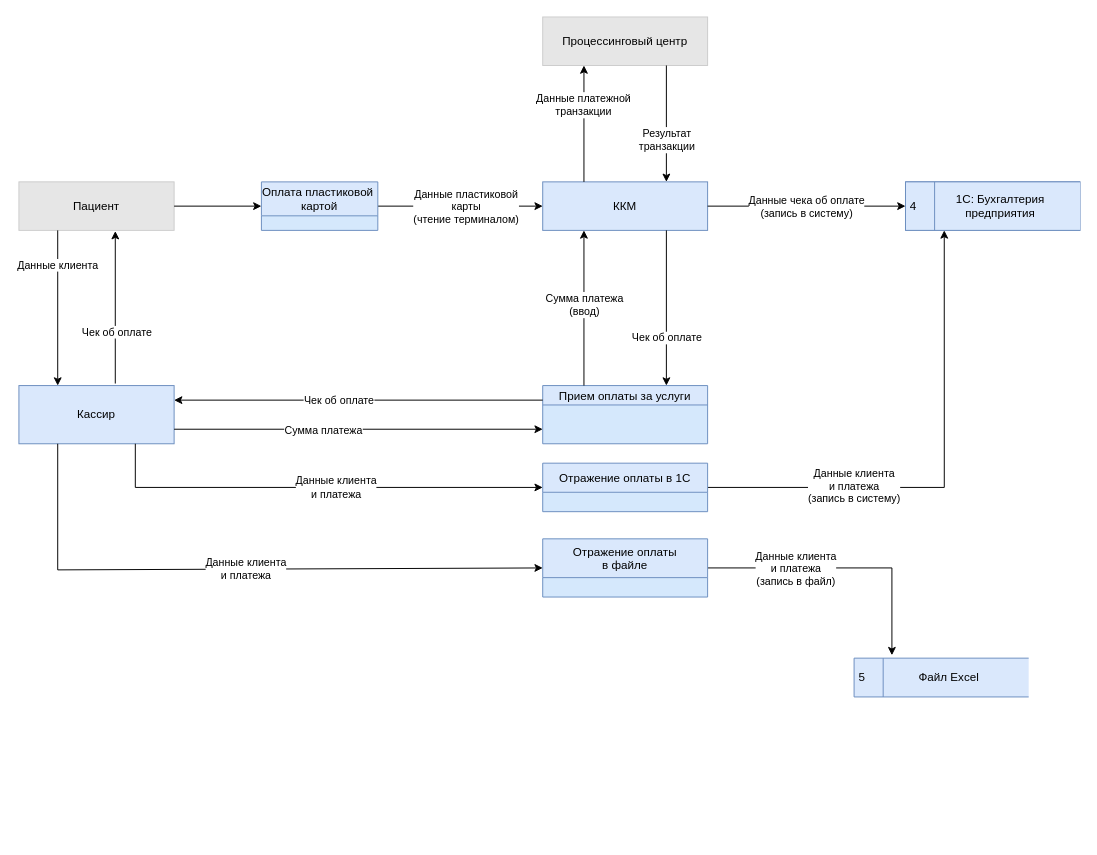
The draw.io diagram page "Оплата услуг пациентом" (3 of 9) of Task1/Diagrams.drawio in vir37/architecture-medikamente, before the edit. Source tidied: cells renumbered, new cells numbered last; positions are measured from the earlier drawing's top-left corner, leaving out a move shared by most shapes. Both pictures are drawn from the tidied source at 97%, with x=0, y=0 at pixel (18, 16).
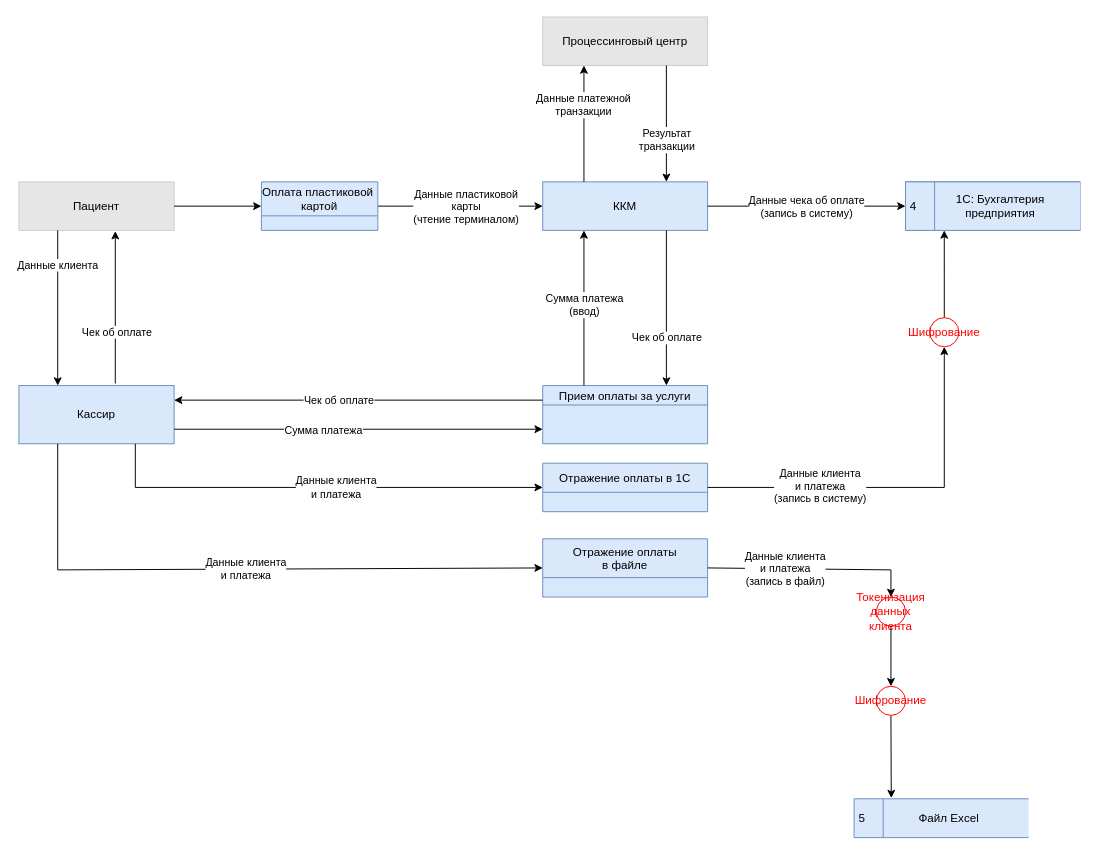
After the change.

Unchanged cells that the change refers to:
```xml
<mxCell id="14" value="4" style="html=1;dashed=0;whiteSpace=wrap;shape=mxgraph.dfd.dataStoreID;align=left;spacingLeft=3;points=[[0,0],[0.5,0],[1,0],[0,0.5],[1,0.5],[0,1],[0.5,1],[1,1]];fillColor=#dae8fc;strokeColor=#6c8ebf;" parent="13" vertex="1">
  <mxGeometry width="180" height="50" as="geometry" />
</mxCell>
<mxCell id="30" value="5" style="html=1;dashed=0;whiteSpace=wrap;shape=mxgraph.dfd.dataStoreID;align=left;spacingLeft=3;points=[[0,0],[0.5,0],[1,0],[0,0.5],[1,0.5],[0,1],[0.5,1],[1,1]];fillColor=#dae8fc;strokeColor=#6c8ebf;" parent="29" vertex="1">
  <mxGeometry width="180" height="40" as="geometry" />
</mxCell>
<mxCell id="37" value="Отражение оплаты&#10;в файле" style="swimlane;fontStyle=0;horizontal=1;startSize=40;fillColor=#dae8fc;swimlaneFillColor=#D5E8FC;strokeColor=#6c8ebf;" parent="1" vertex="1">
  <mxGeometry x="540" y="538" width="170" height="60" as="geometry" />
</mxCell>
<mxCell id="40" value="Отражение оплаты в 1С" style="swimlane;fontStyle=0;horizontal=1;startSize=30;fillColor=#dae8fc;swimlaneFillColor=#D5E8FC;strokeColor=#6c8ebf;" parent="1" vertex="1">
  <mxGeometry x="540" y="460" width="170" height="50" as="geometry" />
</mxCell>
```

Diff of the diagram source:
```diff
@@
-    <mxCell id="25" style="endArrow=classic;html=1;rounded=0;exitX=1;exitY=0.5;exitDx=0;exitDy=0;entryX=0.222;entryY=1;entryDx=0;entryDy=0;entryPerimeter=0;" parent="1" edge="1" source="40" target="14">
+    <mxCell id="25" style="endArrow=classic;html=1;rounded=0;exitX=0.5;exitY=0;exitDx=0;exitDy=0;entryX=0.222;entryY=1;entryDx=0;entryDy=0;entryPerimeter=0;" parent="1" edge="1" source="50" target="14">
       <mxGeometry relative="1" as="geometry">
         <Array as="points">
-          <mxPoint x="954" y="485" />
+          <mxPoint x="954" y="270" />
         </Array>
       </mxGeometry>
     </mxCell>
-    <mxCell id="26" value="Данные клиента&lt;br&gt;и платежа&lt;div&gt;(запись в систему)&lt;/div&gt;" style="edgeLabel;html=1;align=center;verticalAlign=middle;" parent="25" vertex="1">
-      <mxGeometry x="-0.41" y="2" relative="1" as="geometry" />
-    </mxCell>
@@
     <mxCell id="29" style="group;" parent="1" vertex="1">
-      <mxGeometry x="861" y="661" width="180" height="40" as="geometry" />
+      <mxGeometry x="861" y="806" width="180" height="40" as="geometry" />
     </mxCell>
@@
-    <mxCell id="32" style="endArrow=classic;html=1;rounded=0;exitX=1;exitY=0.5;exitDx=0;exitDy=0;" parent="1" edge="1" source="37">
-      <mxGeometry relative="1" as="geometry">
-        <mxPoint x="900" y="658" as="targetPoint" />
-        <Array as="points">
-          <mxPoint x="900" y="568" />
-        </Array>
-      </mxGeometry>
+    <mxCell id="32" style="endArrow=classic;html=1;rounded=0;exitX=0.5;exitY=1;exitDx=0;exitDy=0;entryX=0.213;entryY=-0.018;entryDx=0;entryDy=0;entryPerimeter=0;" parent="1" edge="1" source="48" target="30">
+      <mxGeometry relative="1" as="geometry" />
     </mxCell>
-    <mxCell id="33" value="Данные клиента&lt;div&gt;и платежа&lt;/div&gt;&lt;div&gt;(запись в файл)&lt;/div&gt;" style="edgeLabel;html=1;align=center;verticalAlign=middle;" parent="32" vertex="1">
-      <mxGeometry x="-0.16" relative="1" as="geometry">
-        <mxPoint x="-28" as="offset" />
-      </mxGeometry>
-    </mxCell>
@@
+    <mxCell id="45" style="endArrow=classic;html=1;rounded=0;exitX=1;exitY=0.5;exitDx=0;exitDy=0;entryX=0.5;entryY=0;entryDx=0;entryDy=0;" parent="1" edge="1" source="37" target="46">
+      <mxGeometry relative="1" as="geometry">
+        <Array as="points">
+          <mxPoint x="899" y="570" />
+        </Array>
+      </mxGeometry>
+    </mxCell>
+    <mxCell id="33" value="Данные клиента&lt;div&gt;и платежа&lt;/div&gt;&lt;div&gt;(запись в файл)&lt;/div&gt;" style="edgeLabel;html=1;align=center;verticalAlign=middle;" parent="45" vertex="1">
+      <mxGeometry x="-0.16" relative="1" as="geometry">
+        <mxPoint x="-11" as="offset" />
+      </mxGeometry>
+    </mxCell>
+    <mxCell id="46" value="Токенизация данных клиента" style="shape=ellipse;html=1;dashed=0;whiteSpace=wrap;perimeter=ellipsePerimeter;strokeColor=#FF0000;fontColor=#FF0000;" parent="1" vertex="1">
+      <mxGeometry x="884" y="598" width="30" height="30" as="geometry" />
+    </mxCell>
+    <mxCell id="47" style="endArrow=classic;html=1;rounded=0;exitX=0.5;exitY=1;exitDx=0;exitDy=0;entryX=0.5;entryY=0;entryDx=0;entryDy=0;" parent="1" edge="1" source="46" target="48">
+      <mxGeometry relative="1" as="geometry" />
+    </mxCell>
+    <mxCell id="48" value="Шифрование" style="shape=ellipse;html=1;dashed=0;whiteSpace=wrap;perimeter=ellipsePerimeter;strokeColor=#FF0000;fontColor=#FF0000;" parent="1" vertex="1">
+      <mxGeometry x="884" y="690" width="30" height="30" as="geometry" />
+    </mxCell>
+    <mxCell id="49" style="endArrow=classic;html=1;rounded=0;exitX=1;exitY=0.5;exitDx=0;exitDy=0;entryX=0.5;entryY=1;entryDx=0;entryDy=0;" parent="1" edge="1" source="40" target="50">
+      <mxGeometry relative="1" as="geometry">
+        <Array as="points">
+          <mxPoint x="954" y="485" />
+        </Array>
+      </mxGeometry>
+    </mxCell>
+    <mxCell id="26" value="Данные клиента&lt;br&gt;и платежа&lt;div&gt;(запись в систему)&lt;/div&gt;" style="edgeLabel;html=1;align=center;verticalAlign=middle;" parent="49" vertex="1">
+      <mxGeometry x="-0.41" y="2" relative="1" as="geometry" />
+    </mxCell>
+    <mxCell id="50" value="Шифрование" style="shape=ellipse;html=1;dashed=0;whiteSpace=wrap;perimeter=ellipsePerimeter;strokeColor=#FF0000;fontColor=#FF0000;" parent="1" vertex="1">
+      <mxGeometry x="939" y="310" width="30" height="30" as="geometry" />
+    </mxCell>
```
